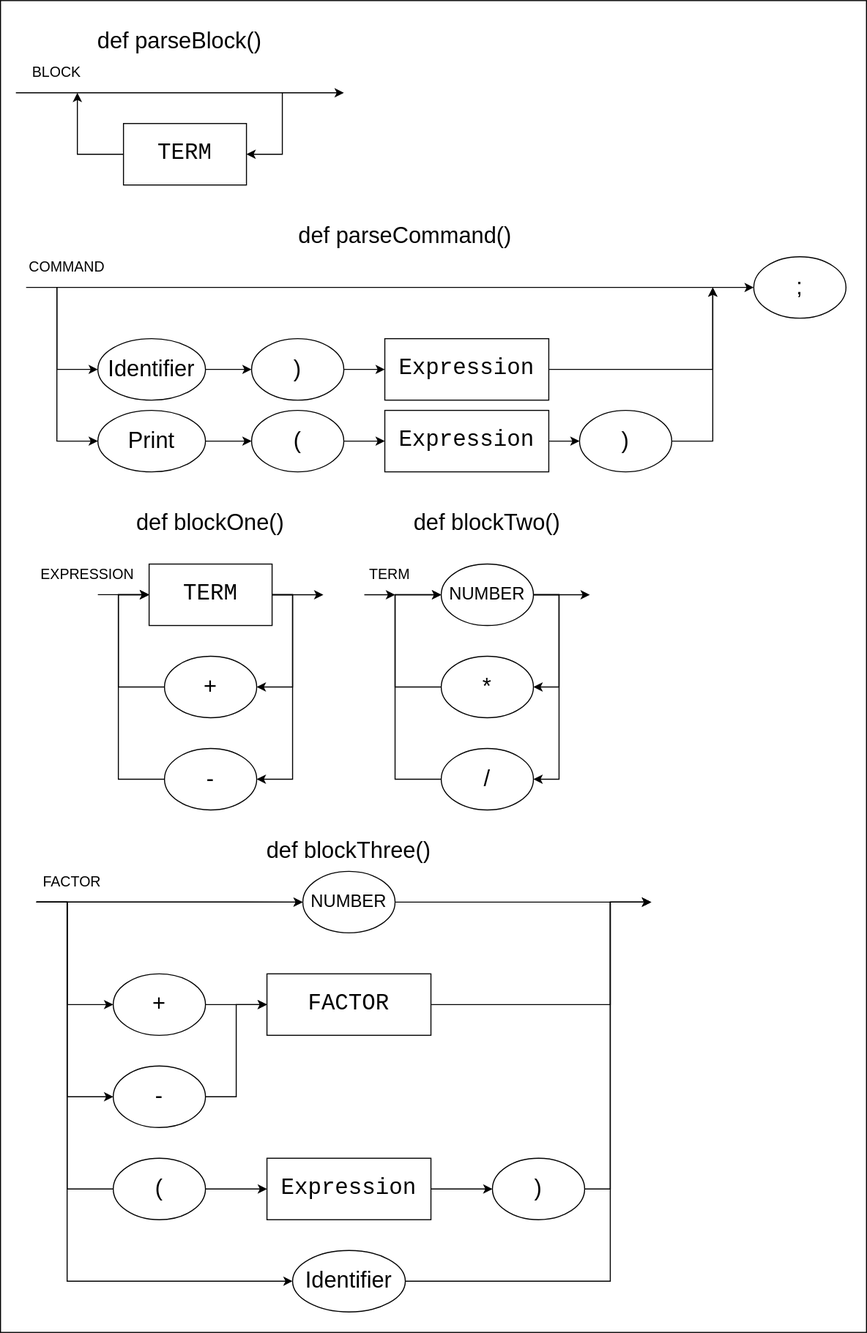
HenryRocha/logcomp-compilador keeps this draw.io diagram as diagrama-sintatico.drawio.svg. Above is the earlier version. Source tidied: cells renumbered, new cells last; positions are measured from the earlier drawing's top-left corner, leaving out a move shared by most shapes.
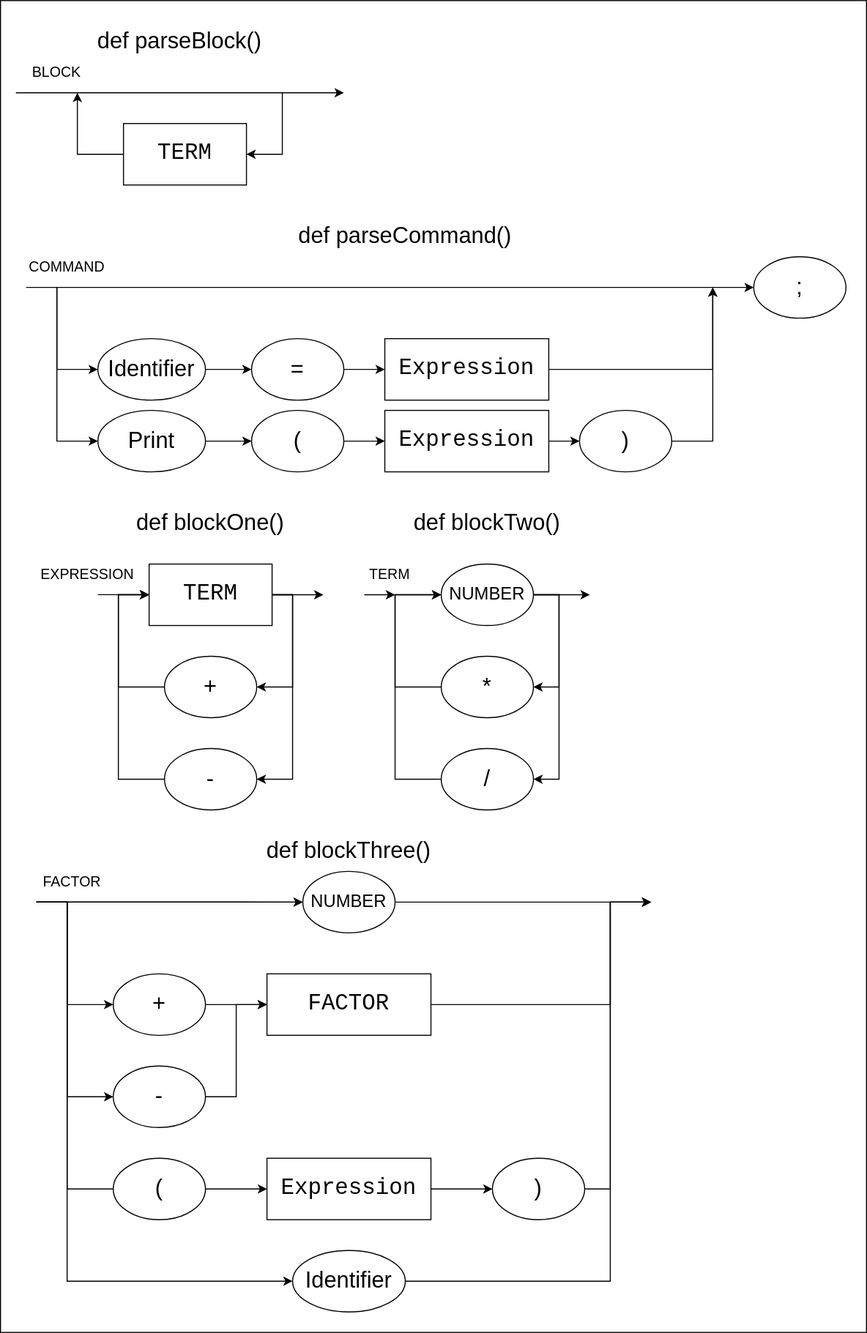
The same diagram one commit later.

Change to the diagram source:
```diff
@@ -303,7 +303,7 @@
     <mxCell id="65" style="edgeStyle=orthogonalEdgeStyle;rounded=0;jettySize=auto;html=1;entryX=0;entryY=0.5;entryDx=0;entryDy=0;" parent="1" edge="1" source="66" target="57">
       <mxGeometry relative="1" as="geometry" />
     </mxCell>
-    <mxCell id="66" value="&lt;font style=&quot;font-size: 22px&quot;&gt;)&lt;/font&gt;" style="ellipse;whiteSpace=wrap;html=1;" parent="1" vertex="1">
+    <mxCell id="66" value="&lt;font style=&quot;font-size: 22px&quot;&gt;=&lt;/font&gt;" style="ellipse;whiteSpace=wrap;html=1;" parent="1" vertex="1">
       <mxGeometry x="245" y="330" width="90" height="60" as="geometry" />
     </mxCell>
     <mxCell id="67" style="edgeStyle=orthogonalEdgeStyle;rounded=0;jettySize=auto;html=1;entryX=0;entryY=0.5;entryDx=0;entryDy=0;" parent="1" edge="1" source="68" target="62">
```
